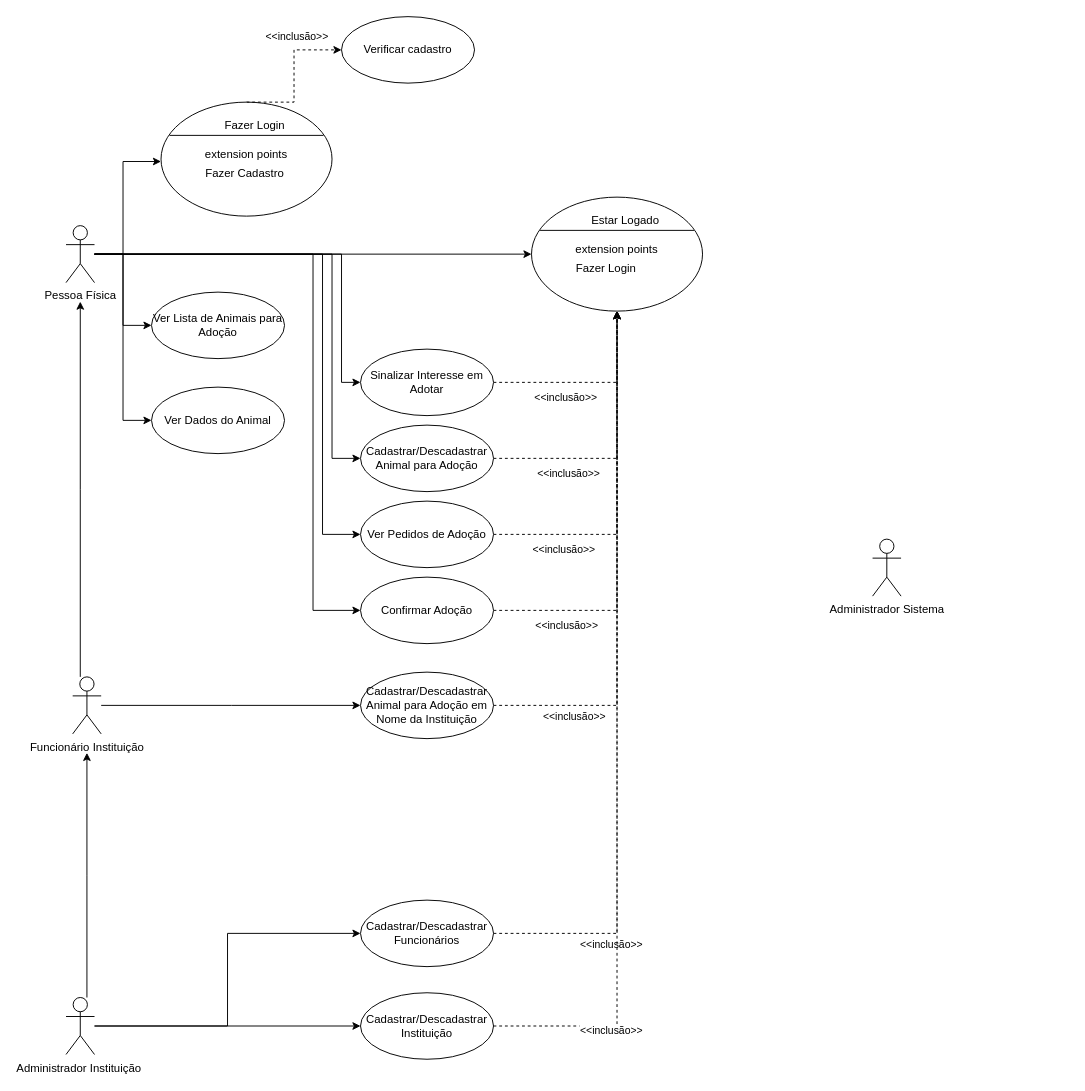
The draw.io diagram Documentos/Caso de Uso.drawio in GuilhermeRPimenta/trabalho-modelagem, before the edit. Source tidied: cells renumbered, new cells numbered last; positions are measured from the earlier drawing's top-left corner, leaving out a move shared by most shapes. Both pictures are drawn from the tidied source at 95%, with x=0, y=0 at pixel (66, 16).
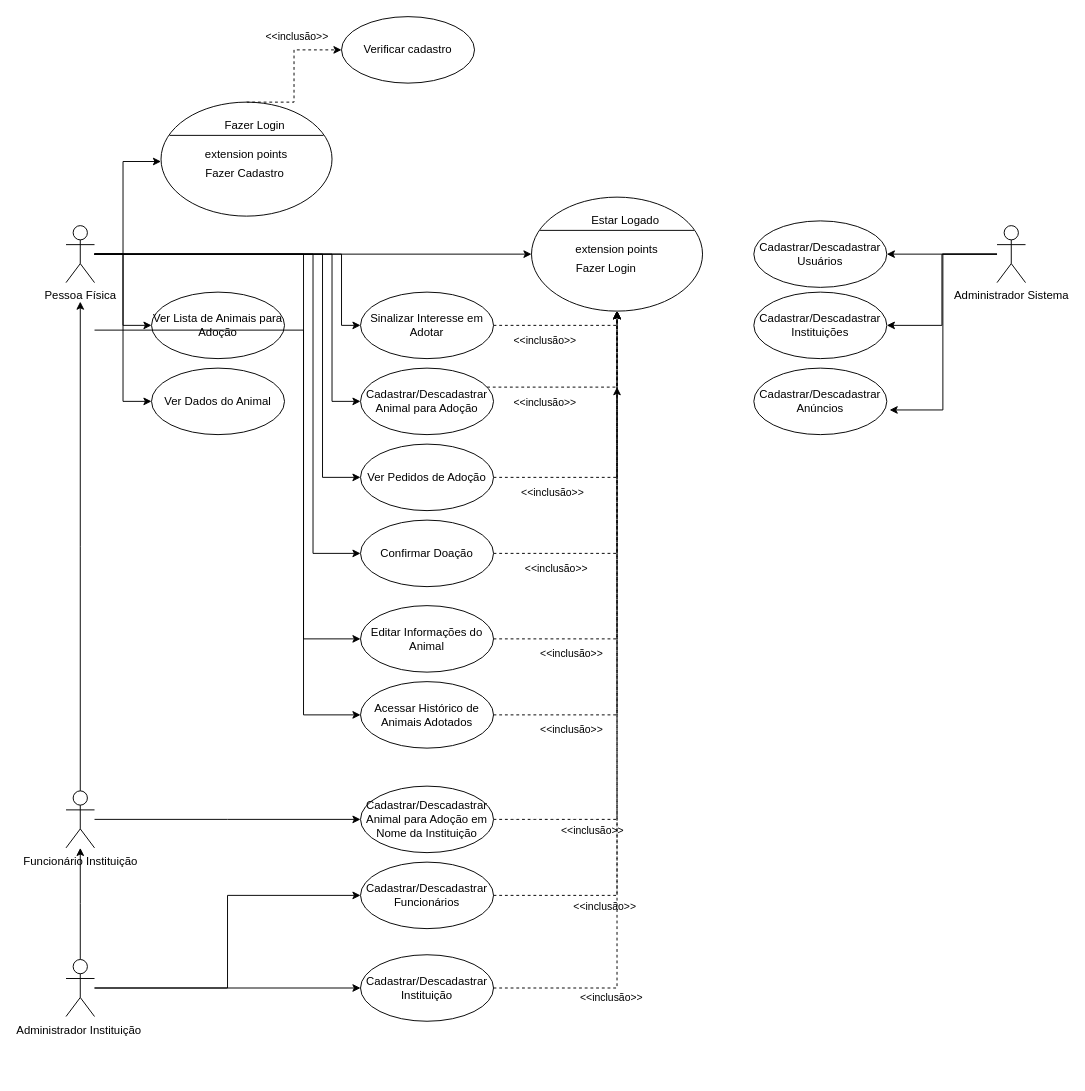
The same diagram, later.

Unchanged cells that the change refers to:
```xml
<mxCell id="10" value="Pessoa Física" style="shape=umlActor;verticalLabelPosition=bottom;verticalAlign=top;html=1;outlineConnect=0;" parent="1" vertex="1">
  <mxGeometry y="220" width="30" height="60" as="geometry" />
</mxCell>
<mxCell id="47" style="shape=ellipse;horizontal=1;html=1;dashed=0;" parent="1" vertex="1">
  <mxGeometry x="490" y="190" width="180" height="120" as="geometry" />
</mxCell>
```

The edit, as a diff of the source:
```diff
@@
+    <mxCell id="56" style="edgeStyle=elbowEdgeStyle;shape=connector;rounded=0;jettySize=auto;html=1;entryX=0;entryY=0.5;entryDx=0;entryDy=0;strokeColor=default;align=center;verticalAlign=middle;fontFamily=Helvetica;fontSize=11;fontColor=default;labelBackgroundColor=default;endArrow=classic;" parent="1" edge="1" source="10" target="63">
+      <mxGeometry relative="1" as="geometry">
+        <Array as="points">
+          <mxPoint x="250" y="490" />
+        </Array>
+      </mxGeometry>
+    </mxCell>
@@
+    <mxCell id="37" style="edgeStyle=elbowEdgeStyle;shape=connector;rounded=0;jettySize=auto;html=1;strokeColor=default;align=center;verticalAlign=middle;fontFamily=Helvetica;fontSize=11;fontColor=default;labelBackgroundColor=default;endArrow=classic;" parent="1" edge="1" source="13" target="24">
+      <mxGeometry relative="1" as="geometry" />
+    </mxCell>
     <mxCell id="13" value="Administrador Instituição&amp;nbsp;" style="shape=umlActor;verticalLabelPosition=bottom;verticalAlign=top;html=1;outlineConnect=0;" parent="1" vertex="1">
-      <mxGeometry y="1032.5" width="30" height="60" as="geometry" />
+      <mxGeometry y="992.5" width="30" height="60" as="geometry" />
     </mxCell>
@@
     <mxCell id="16" value="Cadastrar/Descadastrar Animal para Adoção" style="ellipse;whiteSpace=wrap;html=1;" parent="1" vertex="1">
-      <mxGeometry x="310" y="430" width="140" height="70" as="geometry" />
+      <mxGeometry x="310" y="370" width="140" height="70" as="geometry" />
     </mxCell>
     <mxCell id="17" value="Cadastrar/Descadastrar Funcionários" style="ellipse;whiteSpace=wrap;html=1;" parent="1" vertex="1">
-      <mxGeometry x="310" y="930" width="140" height="70" as="geometry" />
+      <mxGeometry x="310" y="890" width="140" height="70" as="geometry" />
     </mxCell>
+    <mxCell id="57" style="edgeStyle=elbowEdgeStyle;rounded=0;jettySize=auto;html=1;entryX=1;entryY=0.5;entryDx=0;entryDy=0;" parent="1" edge="1" source="18" target="59">
+      <mxGeometry relative="1" as="geometry" />
+    </mxCell>
+    <mxCell id="58" style="edgeStyle=elbowEdgeStyle;rounded=0;jettySize=auto;html=1;entryX=1;entryY=0.5;entryDx=0;entryDy=0;" parent="1" edge="1" source="18" target="60">
+      <mxGeometry relative="1" as="geometry" />
+    </mxCell>
     <mxCell id="18" value="Administrador Sistema" style="shape=umlActor;verticalLabelPosition=bottom;verticalAlign=top;html=1;outlineConnect=0;" parent="1" vertex="1">
-      <mxGeometry x="849" y="550" width="30" height="60" as="geometry" />
+      <mxGeometry x="980" y="220" width="30" height="60" as="geometry" />
     </mxCell>
@@
     <mxCell id="21" value="Cadastrar/Descadastrar Animal para Adoção em Nome da Instituição" style="ellipse;whiteSpace=wrap;html=1;" parent="1" vertex="1">
-      <mxGeometry x="310" y="690" width="140" height="70" as="geometry" />
+      <mxGeometry x="310" y="810" width="140" height="70" as="geometry" />
     </mxCell>
     <mxCell id="22" value="Cadastrar/Descadastrar Instituição" style="ellipse;whiteSpace=wrap;html=1;" parent="1" vertex="1">
-      <mxGeometry x="310" y="1027.5" width="140" height="70" as="geometry" />
+      <mxGeometry x="310" y="987.5" width="140" height="70" as="geometry" />
     </mxCell>
@@
     <mxCell id="24" value="Funcionário Instituição" style="shape=umlActor;verticalLabelPosition=bottom;verticalAlign=top;html=1;outlineConnect=0;" parent="1" vertex="1">
-      <mxGeometry x="7" y="695" width="30" height="60" as="geometry" />
+      <mxGeometry y="815" width="30" height="60" as="geometry" />
     </mxCell>
@@
     <mxCell id="26" value="Ver Dados do Animal" style="ellipse;whiteSpace=wrap;html=1;" parent="1" vertex="1">
-      <mxGeometry x="90" y="390" width="140" height="70" as="geometry" />
+      <mxGeometry x="90" y="370" width="140" height="70" as="geometry" />
     </mxCell>
@@
     <mxCell id="29" value="Sinalizar Interesse em Adotar" style="ellipse;whiteSpace=wrap;html=1;" parent="1" vertex="1">
-      <mxGeometry x="310" y="350" width="140" height="70" as="geometry" />
+      <mxGeometry x="310" y="290" width="140" height="70" as="geometry" />
     </mxCell>
@@
     <mxCell id="32" value="Ver Pedidos de Adoção" style="ellipse;whiteSpace=wrap;html=1;" parent="1" vertex="1">
-      <mxGeometry x="310" y="510" width="140" height="70" as="geometry" />
+      <mxGeometry x="310" y="450" width="140" height="70" as="geometry" />
     </mxCell>
@@
-    <mxCell id="35" value="Confirmar Adoção" style="ellipse;whiteSpace=wrap;html=1;" parent="1" vertex="1">
-      <mxGeometry x="310" y="590" width="140" height="70" as="geometry" />
+    <mxCell id="35" value="Confirmar Doação" style="ellipse;whiteSpace=wrap;html=1;" parent="1" vertex="1">
+      <mxGeometry x="310" y="530" width="140" height="70" as="geometry" />
     </mxCell>
@@
-    <mxCell id="37" style="edgeStyle=elbowEdgeStyle;rounded=0;jettySize=auto;html=1;entryX=0.5;entryY=1.333;entryDx=0;entryDy=0;entryPerimeter=0;" parent="1" edge="1" source="13" target="24">
-      <mxGeometry relative="1" as="geometry" />
-    </mxCell>
@@
+    <mxCell id="59" value="Cadastrar/Descadastrar Usuários" style="ellipse;whiteSpace=wrap;html=1;" parent="1" vertex="1">
+      <mxGeometry x="724" y="215" width="140" height="70" as="geometry" />
+    </mxCell>
+    <mxCell id="60" value="Cadastrar/Descadastrar Instituições" style="ellipse;whiteSpace=wrap;html=1;" parent="1" vertex="1">
+      <mxGeometry x="724" y="290" width="140" height="70" as="geometry" />
+    </mxCell>
+    <mxCell id="61" value="Cadastrar/Descadastrar Anúncios" style="ellipse;whiteSpace=wrap;html=1;" parent="1" vertex="1">
+      <mxGeometry x="724" y="370" width="140" height="70" as="geometry" />
+    </mxCell>
+    <mxCell id="62" style="edgeStyle=elbowEdgeStyle;shape=connector;rounded=0;jettySize=auto;html=1;entryX=1.021;entryY=0.629;entryDx=0;entryDy=0;entryPerimeter=0;strokeColor=default;align=center;verticalAlign=middle;fontFamily=Helvetica;fontSize=11;fontColor=default;labelBackgroundColor=default;endArrow=classic;" parent="1" edge="1" source="18" target="61">
+      <mxGeometry relative="1" as="geometry" />
+    </mxCell>
+    <mxCell id="63" value="Editar Informações do Animal" style="ellipse;whiteSpace=wrap;html=1;" parent="1" vertex="1">
+      <mxGeometry x="310" y="620" width="140" height="70" as="geometry" />
+    </mxCell>
+    <mxCell id="64" style="edgeStyle=elbowEdgeStyle;shape=connector;rounded=0;jettySize=auto;html=1;strokeColor=default;align=center;verticalAlign=middle;fontFamily=Helvetica;fontSize=11;fontColor=default;labelBackgroundColor=default;endArrow=classic;dashed=1;exitX=1;exitY=0.5;exitDx=0;exitDy=0;entryX=0.5;entryY=1;entryDx=0;entryDy=0;" parent="1" edge="1" source="63" target="47">
+      <mxGeometry relative="1" as="geometry">
+        <Array as="points">
+          <mxPoint x="580" y="510" />
+        </Array>
+      </mxGeometry>
+    </mxCell>
+    <mxCell id="65" value="&amp;lt;&amp;lt;inclusão&amp;gt;&amp;gt;" style="edgeLabel;html=1;align=center;verticalAlign=middle;fontFamily=Helvetica;fontSize=11;fontColor=default;labelBackgroundColor=default;" parent="64" vertex="1">
+      <mxGeometry x="-0.66" relative="1" as="geometry">
+        <mxPoint y="15" as="offset" />
+      </mxGeometry>
+    </mxCell>
+    <mxCell id="66" style="edgeStyle=elbowEdgeStyle;shape=connector;rounded=0;jettySize=auto;html=1;entryX=0;entryY=0.5;entryDx=0;entryDy=0;strokeColor=default;align=center;verticalAlign=middle;fontFamily=Helvetica;fontSize=11;fontColor=default;labelBackgroundColor=default;endArrow=classic;" parent="1" edge="1" target="67">
+      <mxGeometry relative="1" as="geometry">
+        <mxPoint x="30" y="330" as="sourcePoint" />
+        <Array as="points">
+          <mxPoint x="250" y="570" />
+        </Array>
+      </mxGeometry>
+    </mxCell>
+    <mxCell id="67" value="Acessar Histórico de Animais Adotados" style="ellipse;whiteSpace=wrap;html=1;" parent="1" vertex="1">
+      <mxGeometry x="310" y="700" width="140" height="70" as="geometry" />
+    </mxCell>
+    <mxCell id="68" style="edgeStyle=elbowEdgeStyle;shape=connector;rounded=0;jettySize=auto;html=1;strokeColor=default;align=center;verticalAlign=middle;fontFamily=Helvetica;fontSize=11;fontColor=default;labelBackgroundColor=default;endArrow=classic;dashed=1;exitX=1;exitY=0.5;exitDx=0;exitDy=0;entryX=0.5;entryY=1;entryDx=0;entryDy=0;" parent="1" edge="1" source="67">
+      <mxGeometry relative="1" as="geometry">
+        <mxPoint x="580" y="390" as="targetPoint" />
+        <Array as="points">
+          <mxPoint x="580" y="590" />
+        </Array>
+      </mxGeometry>
+    </mxCell>
+    <mxCell id="69" value="&amp;lt;&amp;lt;inclusão&amp;gt;&amp;gt;" style="edgeLabel;html=1;align=center;verticalAlign=middle;fontFamily=Helvetica;fontSize=11;fontColor=default;labelBackgroundColor=default;" parent="68" vertex="1">
+      <mxGeometry x="-0.66" relative="1" as="geometry">
+        <mxPoint y="15" as="offset" />
+      </mxGeometry>
+    </mxCell>
```
